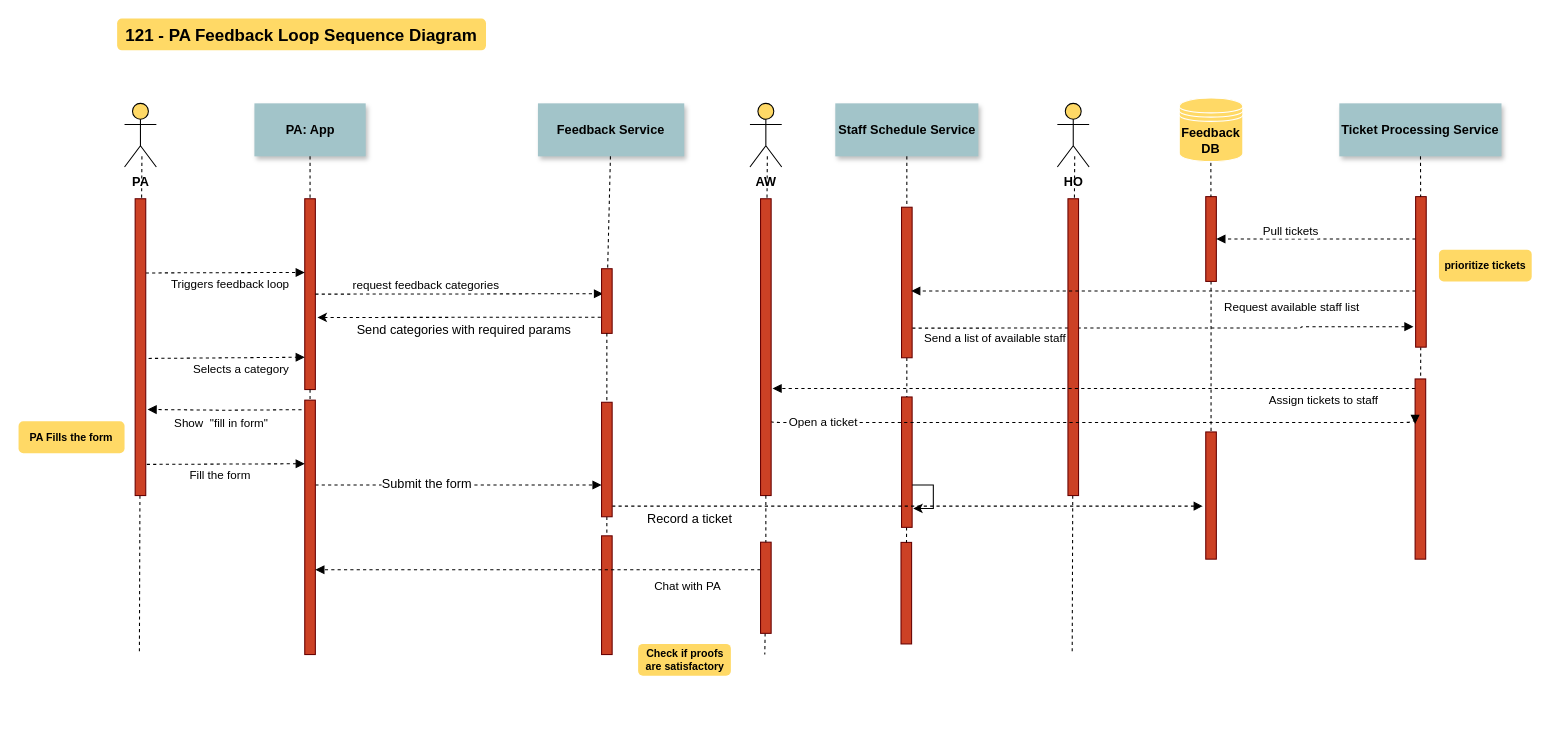
This is Sequence Diagrams/PA Feedback loop.drawio from nsward/diagrams, a draw.io file, before an edit. Source tidied: cells renumbered, new cells numbered last; positions are measured from the earlier drawing's top-left corner, leaving out a move shared by most shapes. Both pictures are drawn from the tidied source at 106%, with x=0, y=0 at pixel (18, 18).
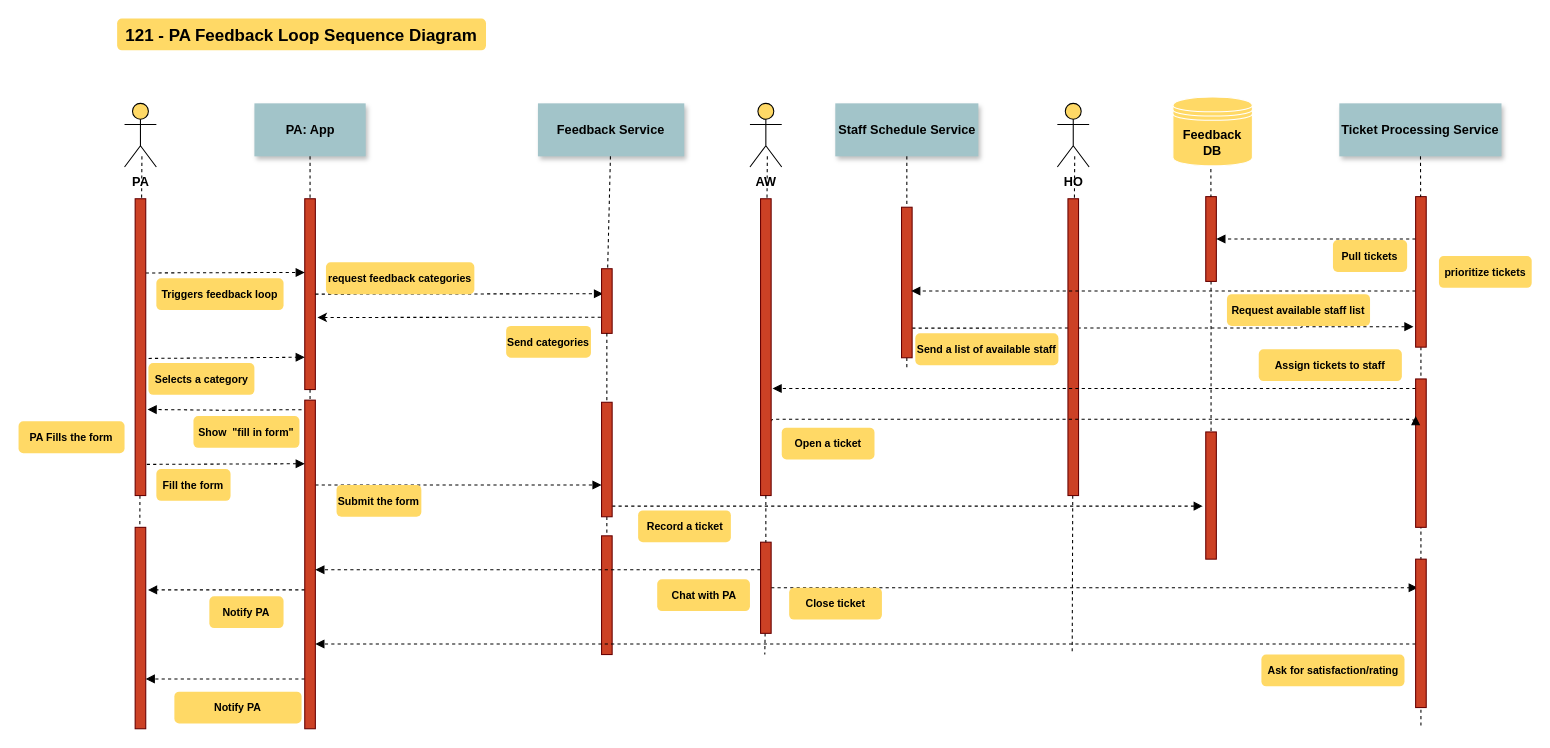
The same diagram, later.

Unchanged cells that the change refers to:
```xml
<mxCell id="2" style="fillColor=#CC4125;strokeColor=#660000;" parent="1" vertex="1">
  <mxGeometry x="270" y="170" width="10" height="180" as="geometry" />
</mxCell>
<mxCell id="6" style="edgeStyle=none;verticalLabelPosition=top;verticalAlign=bottom;endArrow=none;startArrow=classic;dashed=1;entryX=0;entryY=0.75;entryDx=0;entryDy=0;" parent="1" edge="1" target="29">
  <mxGeometry x="120" y="172.3" as="geometry">
    <mxPoint x="282" y="282" as="sourcePoint" />
  </mxGeometry>
</mxCell>
<mxCell id="12" style="edgeStyle=orthogonalEdgeStyle;rounded=1;jettySize=auto;html=1;entryX=1.175;entryY=0.71;entryDx=0;entryDy=0;entryPerimeter=0;dashed=1;verticalAlign=bottom;endFill=1;endArrow=block;startFill=0;startArrow=none;" parent="1" edge="1" target="48">
  <mxGeometry x="0.06" y="-19" relative="1" as="geometry">
    <mxPoint x="267" y="369" as="sourcePoint" />
  </mxGeometry>
</mxCell>
<mxCell id="14" style="edgeStyle=elbowEdgeStyle;jettySize=auto;elbow=vertical;html=1;dashed=1;startFill=0;endArrow=block;endFill=1;" parent="1" edge="1" source="16">
  <mxGeometry relative="1" as="geometry">
    <mxPoint x="550" y="440" as="targetPoint" />
  </mxGeometry>
</mxCell>
<mxCell id="24" style="edgeStyle=orthogonalEdgeStyle;rounded=1;jettySize=auto;html=1;dashed=1;verticalAlign=bottom;endFill=1;endArrow=block;startFill=0;startArrow=none;exitX=1.01;exitY=0.803;exitDx=0;exitDy=0;exitPerimeter=0;entryX=-0.205;entryY=0.864;entryDx=0;entryDy=0;entryPerimeter=0;" parent="1" edge="1" source="31" target="65">
  <mxGeometry relative="1" as="geometry">
    <Array as="points">
      <mxPoint x="1210" y="292" />
      <mxPoint x="1210" y="291" />
    </Array>
  </mxGeometry>
</mxCell>
<mxCell id="29" style="fillColor=#CC4125;strokeColor=#660000;" parent="1" vertex="1">
  <mxGeometry x="550" y="236" width="10" height="61" as="geometry" />
</mxCell>
<mxCell id="31" style="fillColor=#CC4125;strokeColor=#660000;" parent="1" vertex="1">
  <mxGeometry x="833" y="178" width="10" height="142" as="geometry" />
</mxCell>
<mxCell id="37" style="edgeStyle=elbowEdgeStyle;jettySize=auto;elbow=vertical;html=1;dashed=1;startFill=0;endArrow=block;endFill=1;entryX=-0.283;entryY=0.586;entryDx=0;entryDy=0;entryPerimeter=0;" parent="1" edge="1" source="39" target="9">
  <mxGeometry relative="1" as="geometry" />
</mxCell>
<mxCell id="58" style="edgeStyle=elbowEdgeStyle;jettySize=auto;elbow=vertical;html=1;dashed=1;startFill=0;endArrow=block;endFill=1;fontSize=11;entryX=1.133;entryY=0.641;entryDx=0;entryDy=0;entryPerimeter=0;" parent="1" edge="1" source="60" target="72">
  <mxGeometry relative="1" as="geometry" />
</mxCell>
<mxCell id="61" style="edgeStyle=elbowEdgeStyle;jettySize=auto;elbow=vertical;html=1;entryX=1;entryY=0.5;entryDx=0;entryDy=0;dashed=1;startFill=0;endArrow=block;endFill=1;fontSize=16;" parent="1" edge="1" source="65" target="33">
  <mxGeometry relative="1" as="geometry" />
</mxCell>
<mxCell id="63" style="edgeStyle=elbowEdgeStyle;jettySize=auto;elbow=vertical;html=1;entryX=0.917;entryY=0.556;entryDx=0;entryDy=0;entryPerimeter=0;dashed=1;startFill=0;endArrow=block;endFill=1;fontSize=16;" parent="1" edge="1" source="65" target="31">
  <mxGeometry relative="1" as="geometry" />
</mxCell>
<mxCell id="65" style="fillColor=#CC4125;strokeColor=#660000;" parent="1" vertex="1">
  <mxGeometry x="1318" y="168" width="10" height="142" as="geometry" />
</mxCell>
<mxCell id="70" style="edgeStyle=elbowEdgeStyle;jettySize=auto;elbow=vertical;html=1;exitX=1;exitY=0.75;exitDx=0;exitDy=0;entryX=0;entryY=0.25;entryDx=0;entryDy=0;dashed=1;startFill=0;endArrow=block;endFill=1;fontSize=11;" parent="1" edge="1" source="72" target="60">
  <mxGeometry relative="1" as="geometry" />
</mxCell>
<mxCell id="74" style="edgeStyle=elbowEdgeStyle;jettySize=auto;elbow=vertical;html=1;dashed=1;startFill=0;endArrow=block;endFill=1;fontSize=11;" parent="1" edge="1" source="76" target="16">
  <mxGeometry relative="1" as="geometry">
    <Array as="points">
      <mxPoint x="640" y="520" />
    </Array>
  </mxGeometry>
</mxCell>
<mxCell id="76" style="fillColor=#CC4125;strokeColor=#660000;" parent="1" vertex="1">
  <mxGeometry x="700" y="494" width="10" height="86" as="geometry" />
</mxCell>
```

Diff of the diagram source:
```diff
@@
-    <mxCell id="5" value="request feedback categories" style="edgeStyle=none;verticalLabelPosition=top;verticalAlign=bottom;entryX=0.138;entryY=0.387;entryDx=0;entryDy=0;exitX=1;exitY=0.5;exitDx=0;exitDy=0;entryPerimeter=0;dashed=1;endFill=1;endArrow=block;startFill=0;startArrow=none;" parent="1" edge="1" source="2" target="29">
+    <mxCell id="5" style="edgeStyle=none;verticalLabelPosition=top;verticalAlign=bottom;entryX=0.138;entryY=0.387;entryDx=0;entryDy=0;exitX=1;exitY=0.5;exitDx=0;exitDy=0;entryPerimeter=0;dashed=1;endFill=1;endArrow=block;startFill=0;startArrow=none;" parent="1" edge="1" source="2" target="29">
       <mxGeometry x="-150" y="4" as="geometry">
         <mxPoint x="-31" y="1" as="offset" />
       </mxGeometry>
     </mxCell>
@@
-    <mxCell id="7" value="Send categories with required params" style="text;html=1;align=center;verticalAlign=middle;labelBackgroundColor=#ffffff;fontStyle=0;" parent="6" vertex="1">
-      <mxGeometry relative="1" as="geometry">
-        <mxPoint x="4" y="12" as="offset" />
-      </mxGeometry>
-    </mxCell>
@@
-    <mxCell id="13" value="Show&amp;nbsp; &quot;fill in form&quot;" style="text;html=1;align=center;verticalAlign=bottom;labelBackgroundColor=#ffffff;rounded=1;dashed=1;fontSize=11;strokeColor=#000000;endFill=1;endArrow=block;startFill=0;startArrow=none;" parent="12" vertex="1">
+    <mxCell id="13" style="text;html=1;align=center;verticalAlign=bottom;labelBackgroundColor=#ffffff;rounded=1;dashed=1;fontSize=11;strokeColor=#000000;endFill=1;endArrow=block;startFill=0;startArrow=none;" parent="12" vertex="1">
       <mxGeometry x="0.15" y="-4" relative="1" as="geometry">
         <mxPoint x="6.5" y="25" as="offset" />
       </mxGeometry>
     </mxCell>
@@
-    <mxCell id="15" value="Submit the form" style="text;html=1;align=center;verticalAlign=middle;labelBackgroundColor=#ffffff;" parent="14" vertex="1">
-      <mxGeometry x="-0.23" y="2" relative="1" as="geometry" />
-    </mxCell>
+    <mxCell id="78" style="edgeStyle=elbowEdgeStyle;jettySize=auto;elbow=vertical;html=1;dashed=1;startFill=0;endArrow=block;endFill=1;entryX=1.217;entryY=0.313;entryDx=0;entryDy=0;entryPerimeter=0;" parent="1" edge="1" source="16" target="83">
+      <mxGeometry relative="1" as="geometry" />
+    </mxCell>
+    <mxCell id="79" style="edgeStyle=elbowEdgeStyle;jettySize=auto;elbow=vertical;html=1;entryX=1;entryY=0.75;entryDx=0;entryDy=0;dashed=1;startFill=0;endArrow=block;endFill=1;" parent="1" edge="1" source="16" target="83">
+      <mxGeometry relative="1" as="geometry" />
+    </mxCell>
     <mxCell id="16" style="fillColor=#CC4125;strokeColor=#660000;" parent="1" vertex="1">
-      <mxGeometry x="270" y="360" width="10" height="240" as="geometry" />
+      <mxGeometry x="270" y="360" width="10" height="310" as="geometry" />
     </mxCell>
@@
-    <mxCell id="18" style="fillColor=#CC4125;strokeColor=#660000;" parent="1" vertex="1">
-      <mxGeometry x="832.5" y="494.2" width="10" height="95.8" as="geometry" />
-    </mxCell>
@@
-    <mxCell id="21" style="edgeStyle=none;endArrow=none;dashed=1;" parent="1" edge="1" source="26" target="18">
-      <mxGeometry x="626.6" y="339.7" as="geometry" />
-    </mxCell>
@@
-    <mxCell id="25" value="Send a list of available staff" style="text;html=1;align=center;verticalAlign=bottom;labelBackgroundColor=#ffffff;rounded=1;dashed=1;fontSize=11;strokeColor=#000000;endFill=1;endArrow=block;startFill=0;startArrow=none;" parent="24" vertex="1">
+    <mxCell id="25" style="text;html=1;align=center;verticalAlign=bottom;labelBackgroundColor=#ffffff;rounded=1;dashed=1;fontSize=11;strokeColor=#000000;endFill=1;endArrow=block;startFill=0;startArrow=none;" parent="24" vertex="1">
       <mxGeometry y="10" relative="1" as="geometry">
         <mxPoint x="-159.5" y="28" as="offset" />
       </mxGeometry>
     </mxCell>
-    <mxCell id="26" style="fillColor=#CC4125;strokeColor=#660000;" parent="1" vertex="1">
-      <mxGeometry x="833" y="357" width="10" height="123" as="geometry" />
-    </mxCell>
-    <mxCell id="27" style="edgeStyle=none;endArrow=none;dashed=1;exitX=0.5;exitY=1;exitDx=0;exitDy=0;" parent="1" edge="1" source="31" target="26">
-      <mxGeometry x="626.6" y="339.7" as="geometry" />
+    <mxCell id="27" style="edgeStyle=none;endArrow=none;dashed=1;exitX=0.5;exitY=1;exitDx=0;exitDy=0;" parent="1" edge="1" source="31">
+      <mxGeometry x="626.6" y="339.7" as="geometry">
+        <mxPoint x="838" y="330" as="targetPoint" />
+      </mxGeometry>
     </mxCell>
-    <mxCell id="28" value="Check if proofs are satisfactory" style="rounded=1;fontStyle=1;fillColor=#FFD966;strokeColor=none;whiteSpace=wrap;fontSize=10;" parent="1" vertex="1">
-      <mxGeometry x="584.5" y="590" width="87.5" height="30" as="geometry" />
-    </mxCell>
@@
-    <mxCell id="35" style="edgeStyle=orthogonalEdgeStyle;rounded=0;orthogonalLoop=1;jettySize=auto;html=1;entryX=1.1;entryY=0.855;entryDx=0;entryDy=0;entryPerimeter=0;fontSize=15;" parent="1" edge="1" source="26" target="26">
-      <mxGeometry relative="1" as="geometry">
-        <Array as="points">
-          <mxPoint x="863" y="440" />
-          <mxPoint x="863" y="462" />
-        </Array>
-      </mxGeometry>
-    </mxCell>
     <mxCell id="36" value="prioritize tickets" style="rounded=1;fontStyle=1;fillColor=#FFD966;strokeColor=none;whiteSpace=wrap;fontSize=10;" parent="1" vertex="1">
-      <mxGeometry x="1340" y="218" width="87.5" height="30" as="geometry" />
+      <mxGeometry x="1340" y="224" width="87.5" height="30" as="geometry" />
     </mxCell>
@@
-    <mxCell id="38" value="Record a ticket" style="text;html=1;align=center;verticalAlign=middle;labelBackgroundColor=#ffffff;" parent="37" vertex="1">
-      <mxGeometry x="-0.83" y="2" relative="1" as="geometry">
-        <mxPoint x="25" y="13" as="offset" />
-      </mxGeometry>
-    </mxCell>
@@
-    <mxCell id="41" value="Selects a category" style="edgeStyle=none;verticalLabelPosition=top;verticalAlign=bottom;labelPosition=left;align=center;exitX=1.268;exitY=0.538;exitDx=0;exitDy=0;exitPerimeter=0;dashed=1;endFill=1;endArrow=block;startFill=0;startArrow=none;" parent="1" edge="1" source="48">
+    <mxCell id="41" style="edgeStyle=none;verticalLabelPosition=top;verticalAlign=bottom;labelPosition=left;align=center;exitX=1.268;exitY=0.538;exitDx=0;exitDy=0;exitPerimeter=0;dashed=1;endFill=1;endArrow=block;startFill=0;startArrow=none;" parent="1" edge="1" source="48">
       <mxGeometry as="geometry">
         <mxPoint x="270" y="319.5" as="targetPoint" />
         <mxPoint x="14" y="20" as="offset" />
       </mxGeometry>
     </mxCell>
-    <mxCell id="42" value="Triggers feedback loop" style="edgeStyle=none;verticalLabelPosition=top;verticalAlign=bottom;labelPosition=left;align=center;exitX=1;exitY=0.25;exitDx=0;exitDy=0;dashed=1;endFill=1;endArrow=block;startFill=0;startArrow=none;" parent="1" edge="1" source="48">
+    <mxCell id="42" style="edgeStyle=none;verticalLabelPosition=top;verticalAlign=bottom;labelPosition=left;align=center;exitX=1;exitY=0.25;exitDx=0;exitDy=0;dashed=1;endFill=1;endArrow=block;startFill=0;startArrow=none;" parent="1" edge="1" source="48">
       <mxGeometry as="geometry">
         <mxPoint x="270" y="239.5" as="targetPoint" />
         <mxPoint x="5" y="20" as="offset" />
       </mxGeometry>
     </mxCell>
-    <mxCell id="43" value="Fill the form" style="edgeStyle=none;verticalLabelPosition=top;verticalAlign=bottom;labelPosition=left;align=center;exitX=1.096;exitY=0.895;exitDx=0;exitDy=0;exitPerimeter=0;dashed=1;endFill=1;endArrow=block;startFill=0;startArrow=none;" parent="1" edge="1" source="48">
+    <mxCell id="43" style="edgeStyle=none;verticalLabelPosition=top;verticalAlign=bottom;labelPosition=left;align=center;exitX=1.096;exitY=0.895;exitDx=0;exitDy=0;exitPerimeter=0;dashed=1;endFill=1;endArrow=block;startFill=0;startArrow=none;" parent="1" edge="1" source="48">
       <mxGeometry as="geometry">
         <mxPoint x="270" y="420" as="targetPoint" />
         <mxPoint x="-5" y="20" as="offset" />
       </mxGeometry>
     </mxCell>
-    <mxCell id="44" style="group;" parent="1" vertex="1">
-      <mxGeometry x="100" y="80" width="30" height="520" as="geometry" />
-    </mxCell>
-    <mxCell id="45" style="edgeStyle=none;endArrow=none;dashed=1;" parent="44" edge="1" target="48">
-      <mxGeometry x="-35.4" y="145" as="geometry">
-        <mxPoint x="16.4" y="50" as="sourcePoint" />
-      </mxGeometry>
-    </mxCell>
-    <mxCell id="46" style="group;" parent="44" vertex="1">
-      <mxGeometry width="30" height="520" as="geometry" />
-    </mxCell>
-    <mxCell id="47" style="edgeStyle=none;endArrow=none;dashed=1;" parent="46" edge="1" source="48">
-      <mxGeometry x="-35.4" y="145" as="geometry">
-        <mxPoint x="14" y="520" as="targetPoint" />
-      </mxGeometry>
-    </mxCell>
-    <mxCell id="48" style="fillColor=#CC4125;strokeColor=#660000;" parent="46" vertex="1">
-      <mxGeometry x="10" y="90" width="10" height="280" as="geometry" />
-    </mxCell>
-    <mxCell id="49" value="PA" style="shape=umlActor;verticalLabelPosition=bottom;labelBackgroundColor=none;verticalAlign=top;html=1;fillColor=#FFD966;fontStyle=1;" parent="46" vertex="1">
-      <mxGeometry width="30" height="60" as="geometry" />
-    </mxCell>
@@
-    <mxCell id="57" style="edgeStyle=none;endArrow=none;dashed=1;" parent="1" edge="1" source="65" target="60">
-      <mxGeometry x="1004.5" y="270" as="geometry" />
+    <mxCell id="57" style="edgeStyle=none;endArrow=none;dashed=1;" parent="1" edge="1" source="65">
+      <mxGeometry x="1004.5" y="270" as="geometry">
+        <mxPoint x="1323" y="670" as="targetPoint" />
+      </mxGeometry>
     </mxCell>
@@
-    <mxCell id="59" value="Assign tickets to staff" style="text;html=1;align=center;verticalAlign=middle;labelBackgroundColor=#ffffff;fontSize=11;" parent="58" vertex="1">
-      <mxGeometry y="168" relative="1" as="geometry">
-        <mxPoint x="216" y="-157.5" as="offset" />
-      </mxGeometry>
-    </mxCell>
     <mxCell id="60" style="fillColor=#CC4125;strokeColor=#660000;" parent="1" vertex="1">
-      <mxGeometry x="1317.5" y="340" width="10" height="170" as="geometry" />
+      <mxGeometry x="1318" y="340" width="10" height="140" as="geometry" />
     </mxCell>
@@
-    <mxCell id="62" value="Pull tickets" style="text;html=1;align=center;verticalAlign=bottom;labelBackgroundColor=#ffffff;fontSize=11;rounded=1;dashed=1;strokeColor=#000000;endFill=1;endArrow=block;startFill=0;startArrow=none;" parent="61" vertex="1">
+    <mxCell id="62" style="text;html=1;align=center;verticalAlign=bottom;labelBackgroundColor=#ffffff;fontSize=11;rounded=1;dashed=1;strokeColor=#000000;endFill=1;endArrow=block;startFill=0;startArrow=none;" parent="61" vertex="1">
       <mxGeometry x="0.27" y="1" relative="1" as="geometry" />
     </mxCell>
@@
-    <mxCell id="64" value="Request available staff list" style="text;html=1;align=center;verticalAlign=bottom;labelBackgroundColor=#ffffff;fontSize=11;rounded=1;dashed=1;strokeColor=#000000;endFill=1;endArrow=block;startFill=0;startArrow=none;" parent="63" vertex="1">
+    <mxCell id="64" style="text;html=1;align=center;verticalAlign=bottom;labelBackgroundColor=#ffffff;fontSize=11;rounded=1;dashed=1;strokeColor=#000000;endFill=1;endArrow=block;startFill=0;startArrow=none;" parent="63" vertex="1">
       <mxGeometry y="116" relative="1" as="geometry">
         <mxPoint x="120.5" y="-93" as="offset" />
       </mxGeometry>
     </mxCell>
@@
     <mxCell id="67" value="Feedback DB" style="shape=datastore;whiteSpace=wrap;html=1;labelBackgroundColor=none;fillColor=#FFD966;strokeColor=#FFFFFF;fontStyle=1;" parent="1" vertex="1">
-      <mxGeometry x="1095" y="75" width="60" height="60" as="geometry" />
+      <mxGeometry x="1089" y="74" width="75" height="65" as="geometry" />
     </mxCell>
@@
-    <mxCell id="71" value="Open a ticket" style="text;html=1;align=center;verticalAlign=middle;labelBackgroundColor=#ffffff;fontSize=11;" parent="70" vertex="1">
-      <mxGeometry x="-0.84" y="1" relative="1" as="geometry" />
-    </mxCell>
@@
-    <mxCell id="75" value="Chat with PA" style="text;html=1;align=center;verticalAlign=middle;labelBackgroundColor=#ffffff;fontSize=11;" parent="74" vertex="1">
+    <mxCell id="75" style="text;html=1;align=center;verticalAlign=middle;fontSize=10;rounded=1;fontStyle=1;fillColor=#FFD966;" parent="74" vertex="1">
       <mxGeometry y="144" relative="1" as="geometry">
         <mxPoint x="140" y="-128.5" as="offset" />
       </mxGeometry>
     </mxCell>
+    <mxCell id="80" style="edgeStyle=elbowEdgeStyle;jettySize=auto;elbow=vertical;html=1;dashed=1;startFill=0;endArrow=block;endFill=1;" parent="1" edge="1" source="76">
+      <mxGeometry relative="1" as="geometry">
+        <mxPoint x="1320" y="537" as="targetPoint" />
+      </mxGeometry>
+    </mxCell>
@@
+    <mxCell id="81" style="edgeStyle=elbowEdgeStyle;jettySize=auto;elbow=vertical;html=1;dashed=1;startFill=0;endArrow=block;endFill=1;" parent="1" edge="1" source="82">
+      <mxGeometry relative="1" as="geometry">
+        <mxPoint x="280" y="590" as="targetPoint" />
+        <Array as="points">
+          <mxPoint x="350" y="590" />
+        </Array>
+      </mxGeometry>
+    </mxCell>
+    <mxCell id="82" style="fillColor=#CC4125;strokeColor=#660000;" parent="1" vertex="1">
+      <mxGeometry x="1318" y="510" width="10" height="140" as="geometry" />
+    </mxCell>
+    <mxCell id="45" style="edgeStyle=none;endArrow=none;dashed=1;" parent="1" edge="1" target="48">
+      <mxGeometry x="-175.4" y="205" as="geometry">
+        <mxPoint x="116.4" y="130" as="sourcePoint" />
+      </mxGeometry>
+    </mxCell>
+    <mxCell id="47" style="edgeStyle=none;endArrow=none;dashed=1;" parent="1" edge="1" source="48">
+      <mxGeometry x="-175.4" y="205" as="geometry">
+        <mxPoint x="114" y="600" as="targetPoint" />
+      </mxGeometry>
+    </mxCell>
+    <mxCell id="48" style="fillColor=#CC4125;strokeColor=#660000;" parent="1" vertex="1">
+      <mxGeometry x="110" y="170" width="10" height="280" as="geometry" />
+    </mxCell>
+    <mxCell id="49" value="PA" style="shape=umlActor;verticalLabelPosition=bottom;labelBackgroundColor=none;verticalAlign=top;html=1;fillColor=#FFD966;fontStyle=1;" parent="1" vertex="1">
+      <mxGeometry x="100" y="80" width="30" height="60" as="geometry" />
+    </mxCell>
+    <mxCell id="83" style="fillColor=#CC4125;strokeColor=#660000;" parent="1" vertex="1">
+      <mxGeometry x="110" y="480" width="10" height="190" as="geometry" />
+    </mxCell>
+    <mxCell id="84" value="Chat with PA" style="rounded=1;fontStyle=1;fillColor=#FFD966;strokeColor=none;whiteSpace=wrap;fontSize=10;" parent="1" vertex="1">
+      <mxGeometry x="602.5" y="529" width="87.5" height="30" as="geometry" />
+    </mxCell>
+    <mxCell id="38" value="Record a ticket" style="rounded=1;fontStyle=1;fillColor=#FFD966;strokeColor=none;whiteSpace=wrap;fontSize=10;" parent="1" vertex="1">
+      <mxGeometry x="584.5" y="464" width="87.5" height="30" as="geometry" />
+    </mxCell>
+    <mxCell id="15" value="Submit the form" style="rounded=1;fontStyle=1;fillColor=#FFD966;strokeColor=none;whiteSpace=wrap;fontSize=10;" parent="1" vertex="1">
+      <mxGeometry x="300" y="440" width="80" height="30" as="geometry" />
+    </mxCell>
+    <mxCell id="85" value="Send categories" style="rounded=1;fontStyle=1;fillColor=#FFD966;strokeColor=none;whiteSpace=wrap;fontSize=10;" parent="1" vertex="1">
+      <mxGeometry x="460" y="290" width="80" height="30" as="geometry" />
+    </mxCell>
+    <mxCell id="86" value="Send a list of available staff" style="rounded=1;fontStyle=1;fillColor=#FFD966;strokeColor=none;whiteSpace=wrap;fontSize=10;" parent="1" vertex="1">
+      <mxGeometry x="846" y="297" width="135" height="30" as="geometry" />
+    </mxCell>
+    <mxCell id="87" value="Request available staff list" style="rounded=1;fontStyle=1;fillColor=#FFD966;strokeColor=none;whiteSpace=wrap;fontSize=10;" parent="1" vertex="1">
+      <mxGeometry x="1140" y="260" width="135" height="30" as="geometry" />
+    </mxCell>
+    <mxCell id="88" value="Pull tickets" style="rounded=1;fontStyle=1;fillColor=#FFD966;strokeColor=none;whiteSpace=wrap;fontSize=10;" parent="1" vertex="1">
+      <mxGeometry x="1240" y="209" width="70" height="30" as="geometry" />
+    </mxCell>
+    <mxCell id="89" value="Close ticket" style="rounded=1;fontStyle=1;fillColor=#FFD966;strokeColor=none;whiteSpace=wrap;fontSize=10;" parent="1" vertex="1">
+      <mxGeometry x="727" y="537" width="87.5" height="30" as="geometry" />
+    </mxCell>
+    <mxCell id="71" value="Open a ticket" style="rounded=1;fontStyle=1;fillColor=#FFD966;strokeColor=none;whiteSpace=wrap;fontSize=10;" parent="1" vertex="1">
+      <mxGeometry x="720" y="386" width="87.5" height="30" as="geometry" />
+    </mxCell>
+    <mxCell id="90" value="request feedback categories" style="rounded=1;fontStyle=1;fillColor=#FFD966;strokeColor=none;whiteSpace=wrap;fontSize=10;" parent="1" vertex="1">
+      <mxGeometry x="290" y="230" width="140" height="30" as="geometry" />
+    </mxCell>
+    <mxCell id="91" value="Triggers feedback loop" style="rounded=1;fontStyle=1;fillColor=#FFD966;strokeColor=none;whiteSpace=wrap;fontSize=10;" parent="1" vertex="1">
+      <mxGeometry x="130" y="245" width="120" height="30" as="geometry" />
+    </mxCell>
+    <mxCell id="92" value="Selects a category" style="rounded=1;fontStyle=1;fillColor=#FFD966;strokeColor=none;whiteSpace=wrap;fontSize=10;" parent="1" vertex="1">
+      <mxGeometry x="122.5" y="325" width="100" height="30" as="geometry" />
+    </mxCell>
+    <mxCell id="93" value="Show  &quot;fill in form&quot;" style="rounded=1;fontStyle=1;fillColor=#FFD966;strokeColor=none;whiteSpace=wrap;fontSize=10;" parent="1" vertex="1">
+      <mxGeometry x="165" y="375" width="100" height="30" as="geometry" />
+    </mxCell>
+    <mxCell id="94" value="Fill the form" style="rounded=1;fontStyle=1;fillColor=#FFD966;strokeColor=none;whiteSpace=wrap;fontSize=10;" parent="1" vertex="1">
+      <mxGeometry x="130" y="425" width="70" height="30" as="geometry" />
+    </mxCell>
+    <mxCell id="95" value="Notify PA" style="rounded=1;fontStyle=1;fillColor=#FFD966;strokeColor=none;whiteSpace=wrap;fontSize=10;" parent="1" vertex="1">
+      <mxGeometry x="180" y="545" width="70" height="30" as="geometry" />
+    </mxCell>
+    <mxCell id="59" value="Assign tickets to staff" style="rounded=1;fontStyle=1;fillColor=#FFD966;strokeColor=none;whiteSpace=wrap;fontSize=10;" parent="1" vertex="1">
+      <mxGeometry x="1170" y="312" width="135" height="30" as="geometry" />
+    </mxCell>
+    <mxCell id="96" value="Ask for satisfaction/rating" style="rounded=1;fontStyle=1;fillColor=#FFD966;strokeColor=none;whiteSpace=wrap;fontSize=10;" parent="1" vertex="1">
+      <mxGeometry x="1172.5" y="600" width="135" height="30" as="geometry" />
+    </mxCell>
+    <mxCell id="97" value="Notify PA" style="rounded=1;fontStyle=1;fillColor=#FFD966;strokeColor=none;whiteSpace=wrap;fontSize=10;" parent="1" vertex="1">
+      <mxGeometry x="147" y="635" width="120" height="30" as="geometry" />
+    </mxCell>
```
